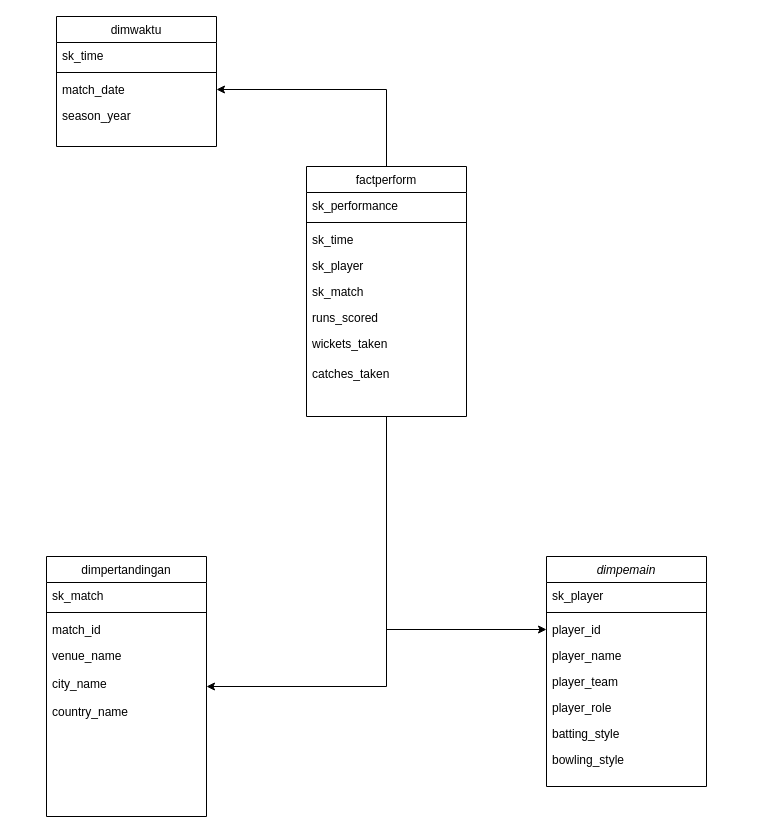
This is datawarehouse_diagram.drawio from xturus138/SkemaDatawarehouse, a draw.io file, before an edit. Source tidied: cells renumbered, new cells numbered last; positions are measured from the earlier drawing's top-left corner, leaving out a move shared by most shapes. Both pictures are drawn from the tidied source at 100%, with x=0, y=0 at pixel (46, 16).
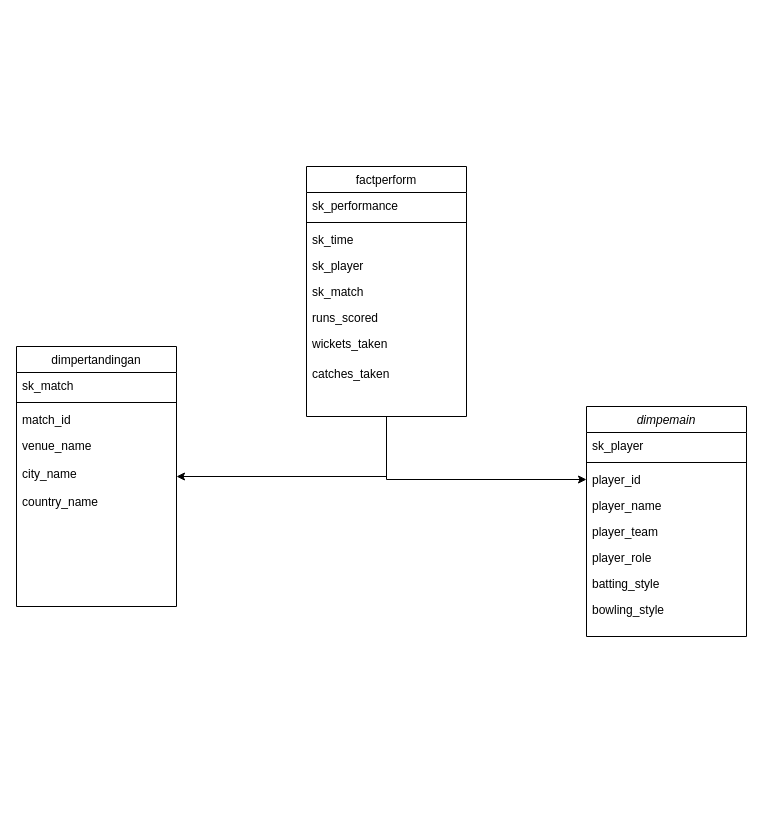
The same page after the edit.

Unchanged cells that the change refers to:
```xml
<mxCell id="25" value="factperform&#10;" style="swimlane;fontStyle=0;align=center;verticalAlign=top;horizontal=1;startSize=26;rounded=0;shadow=0;strokeWidth=1;" parent="1" vertex="1">
  <mxGeometry x="260" y="150" width="160" height="250" as="geometry" />
</mxCell>
```

The edit, as a diff of the source:
```diff
@@
     <mxCell id="2" value="dimpemain" style="swimlane;fontStyle=2;align=center;verticalAlign=top;horizontal=1;startSize=26;rounded=0;shadow=0;strokeWidth=1;" parent="1" vertex="1">
-      <mxGeometry x="500" y="540" width="160" height="230" as="geometry" />
+      <mxGeometry x="540" y="390" width="160" height="230" as="geometry" />
     </mxCell>
@@
     <mxCell id="11" value="dimpertandingan" style="swimlane;fontStyle=0;align=center;verticalAlign=top;horizontal=1;startSize=26;rounded=0;shadow=0;strokeWidth=1;" parent="1" vertex="1">
-      <mxGeometry y="540" width="160" height="260" as="geometry" />
+      <mxGeometry x="-30" y="330" width="160" height="260" as="geometry" />
     </mxCell>
@@
-    <mxCell id="18" value="dimwaktu" style="swimlane;fontStyle=0;align=center;verticalAlign=top;horizontal=1;startSize=26;rounded=0;shadow=0;strokeWidth=1;" parent="1" vertex="1">
-      <mxGeometry x="10" width="160" height="130" as="geometry" />
-    </mxCell>
-    <mxCell id="19" value="sk_time" style="text;align=left;verticalAlign=top;spacingLeft=4;spacingRight=4;overflow=hidden;" parent="18" vertex="1">
-      <mxGeometry y="26" width="160" height="26" as="geometry" />
-    </mxCell>
-    <mxCell id="20" style="line;html=1;strokeWidth=1;align=left;verticalAlign=middle;spacingTop=-1;spacingLeft=3;spacingRight=3;labelPosition=right;" parent="18" vertex="1">
-      <mxGeometry y="52" width="160" height="8" as="geometry" />
-    </mxCell>
-    <mxCell id="21" value="match_date" style="text;align=left;verticalAlign=top;spacingLeft=4;spacingRight=4;overflow=hidden;points=[[0,0.5],[1,0.5]];portConstraint=eastwest;" parent="18" vertex="1">
-      <mxGeometry y="60" width="160" height="26" as="geometry" />
-    </mxCell>
-    <mxCell id="22" value="season_year" style="text;align=left;verticalAlign=top;spacingLeft=4;spacingRight=4;overflow=hidden;" parent="18" vertex="1">
-      <mxGeometry y="86" width="160" height="26" as="geometry" />
-    </mxCell>
@@
-    <mxCell id="34" style="edgeStyle=orthogonalEdgeStyle;rounded=0;jettySize=auto;html=1;entryX=1;entryY=0.5;entryDx=0;entryDy=0;exitX=0.5;exitY=0;exitDx=0;exitDy=0;" parent="1" edge="1" source="25" target="21">
-      <mxGeometry relative="1" as="geometry" />
-    </mxCell>
```
